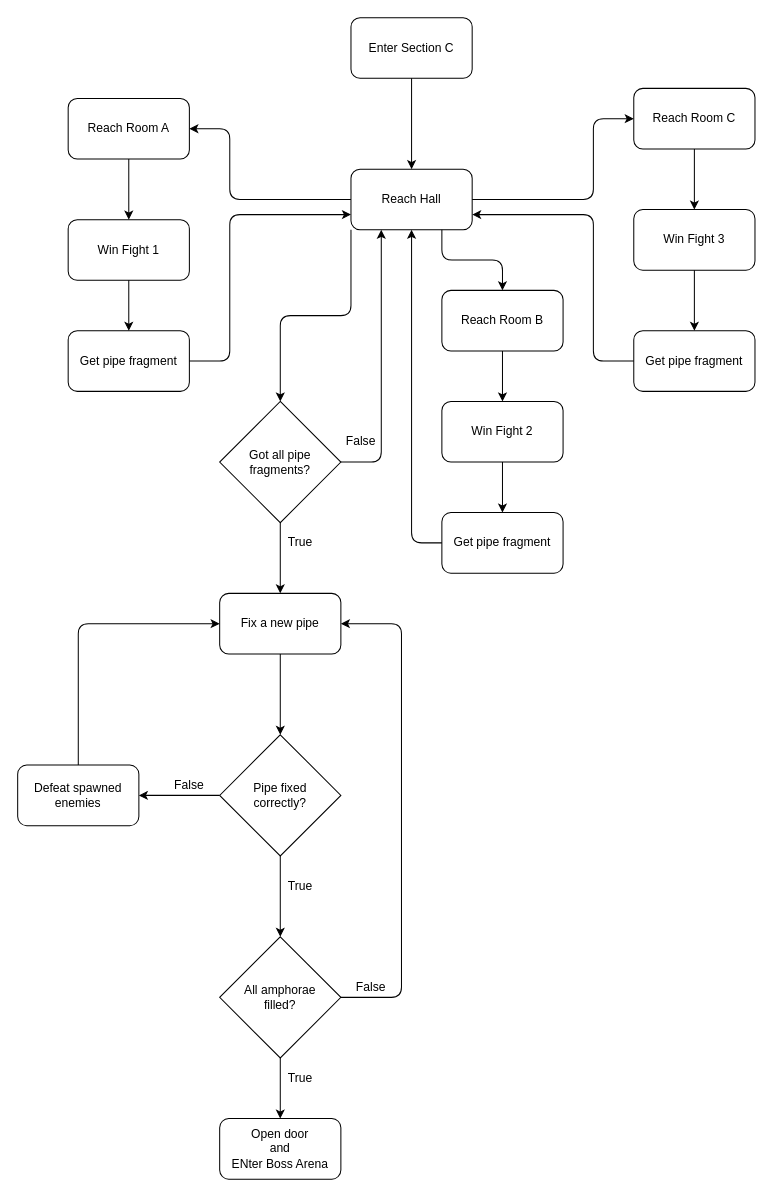
Earlier version of the draw.io diagram Documentation/Diagrams/Section_C-1.drawio (andreacarrarini/HP_The_Dark_Lady_awakens). Source tidied: cells renumbered, new cells numbered last; positions are measured from the earlier drawing's top-left corner, leaving out a move shared by most shapes. Both pictures are drawn from the tidied source at 101%, with x=0, y=0 at pixel (17, 17).
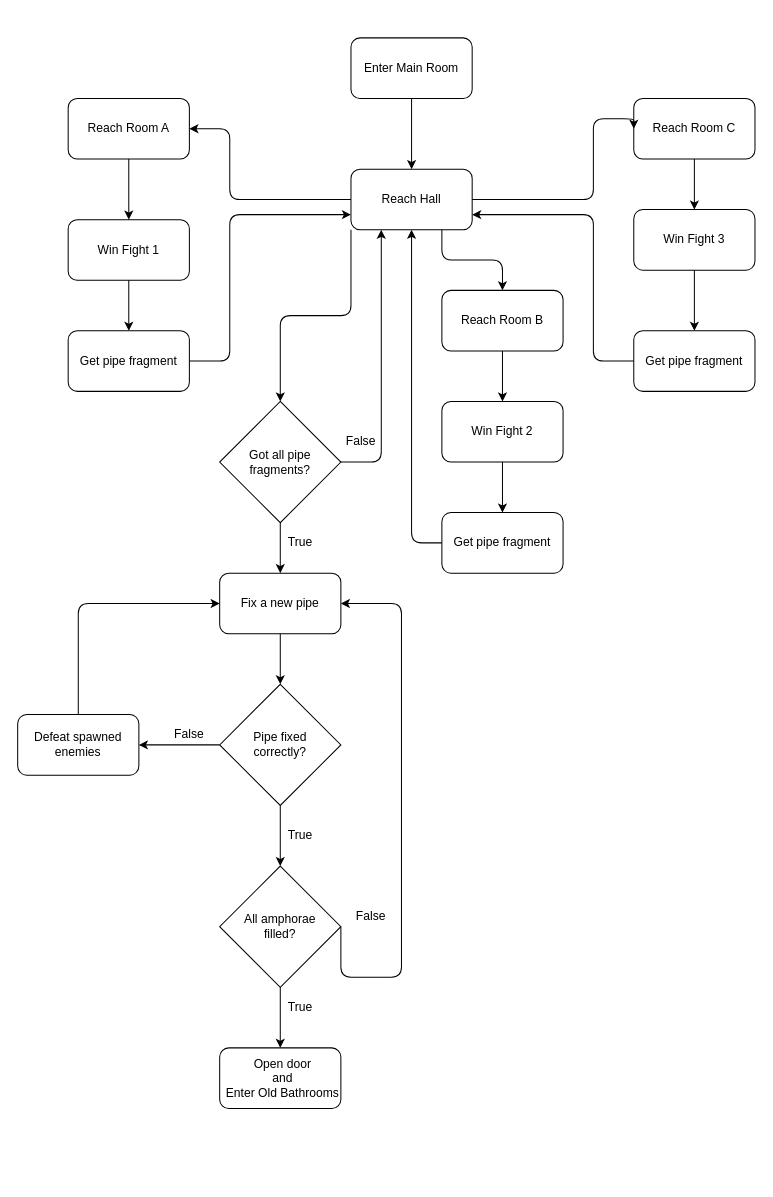
After the change.

The edit, as a diff of the source:
```diff
@@
     <mxCell id="2" style="rounded=1;whiteSpace=wrap;html=1;" parent="1" vertex="1">
-      <mxGeometry x="330" width="120" height="60" as="geometry" />
+      <mxGeometry x="330" y="20" width="120" height="60" as="geometry" />
     </mxCell>
-    <mxCell id="3" value="Enter Section C" style="text;html=1;strokeColor=none;fillColor=none;align=center;verticalAlign=middle;whiteSpace=wrap;rounded=0;" parent="1" vertex="1">
-      <mxGeometry x="335" y="20" width="110" height="20" as="geometry" />
+    <mxCell id="3" value="Enter Main Room" style="text;html=1;strokeColor=none;fillColor=none;align=center;verticalAlign=middle;whiteSpace=wrap;rounded=0;" parent="1" vertex="1">
+      <mxGeometry x="335" y="40" width="110" height="20" as="geometry" />
     </mxCell>
@@
     <mxCell id="6" style="rounded=1;whiteSpace=wrap;html=1;" parent="1" vertex="1">
-      <mxGeometry x="610" y="70" width="120" height="60" as="geometry" />
+      <mxGeometry x="610" y="80" width="120" height="60" as="geometry" />
     </mxCell>
     <mxCell id="7" value="Reach Room C" style="text;html=1;strokeColor=none;fillColor=none;align=center;verticalAlign=middle;whiteSpace=wrap;rounded=0;" parent="1" vertex="1">
-      <mxGeometry x="615" y="90" width="110" height="20" as="geometry" />
+      <mxGeometry x="615" y="100" width="110" height="20" as="geometry" />
     </mxCell>
@@
     <mxCell id="38" style="rounded=1;whiteSpace=wrap;html=1;" parent="1" vertex="1">
-      <mxGeometry x="200" y="570" width="120" height="60" as="geometry" />
+      <mxGeometry x="200" y="550" width="120" height="60" as="geometry" />
     </mxCell>
     <mxCell id="39" value="Fix a new pipe" style="text;html=1;strokeColor=none;fillColor=none;align=center;verticalAlign=middle;whiteSpace=wrap;rounded=0;" parent="1" vertex="1">
-      <mxGeometry x="205" y="590" width="110" height="20" as="geometry" />
+      <mxGeometry x="205" y="570" width="110" height="20" as="geometry" />
     </mxCell>
@@
     <mxCell id="47" style="rhombus;whiteSpace=wrap;html=1;" parent="1" vertex="1">
-      <mxGeometry x="200" y="910" width="120" height="120" as="geometry" />
+      <mxGeometry x="200" y="840" width="120" height="120" as="geometry" />
     </mxCell>
     <mxCell id="48" value="All amphorae&lt;br&gt;filled?" style="text;html=1;strokeColor=none;fillColor=none;align=center;verticalAlign=middle;whiteSpace=wrap;rounded=0;" parent="1" vertex="1">
-      <mxGeometry x="205" y="960" width="110" height="20" as="geometry" />
+      <mxGeometry x="205" y="890" width="110" height="20" as="geometry" />
     </mxCell>
     <mxCell id="49" value="False" style="text;html=1;strokeColor=none;fillColor=none;align=center;verticalAlign=middle;whiteSpace=wrap;rounded=0;" parent="1" vertex="1">
-      <mxGeometry x="330" y="950" width="40" height="20" as="geometry" />
+      <mxGeometry x="330" y="880" width="40" height="20" as="geometry" />
     </mxCell>
     <mxCell id="50" style="endArrow=classic;html=1;exitX=1;exitY=0.5;exitDx=0;exitDy=0;entryX=1;entryY=0.5;entryDx=0;entryDy=0;edgeStyle=orthogonalEdgeStyle;" parent="1" edge="1" source="47" target="38">
       <mxGeometry relative="1" as="geometry">
         <Array as="points">
-          <mxPoint x="380" y="970" />
-          <mxPoint x="380" y="600" />
+          <mxPoint x="380" y="950" />
+          <mxPoint x="380" y="580" />
         </Array>
       </mxGeometry>
     </mxCell>
     <mxCell id="51" style="rounded=1;whiteSpace=wrap;html=1;" parent="1" vertex="1">
-      <mxGeometry x="200" y="1090" width="120" height="60" as="geometry" />
+      <mxGeometry x="200" y="1020" width="120" height="60" as="geometry" />
     </mxCell>
-    <mxCell id="52" value="Open door&lt;br&gt;and&lt;br&gt;ENter Boss Arena" style="text;html=1;strokeColor=none;fillColor=none;align=center;verticalAlign=middle;whiteSpace=wrap;rounded=0;" parent="1" vertex="1">
-      <mxGeometry x="205" y="1110" width="110" height="20" as="geometry" />
+    <mxCell id="52" value="Open door&lt;br&gt;and&lt;br&gt;Enter Old Bathrooms" style="text;html=1;strokeColor=none;fillColor=none;align=center;verticalAlign=middle;whiteSpace=wrap;rounded=0;" parent="1" vertex="1">
+      <mxGeometry x="205" y="1030" width="115" height="40" as="geometry" />
     </mxCell>
@@
     <mxCell id="54" value="True" style="text;html=1;strokeColor=none;fillColor=none;align=center;verticalAlign=middle;whiteSpace=wrap;rounded=0;" parent="1" vertex="1">
-      <mxGeometry x="260" y="1040" width="40" height="20" as="geometry" />
+      <mxGeometry x="260" y="970" width="40" height="20" as="geometry" />
     </mxCell>
@@
     <mxCell id="57" style="rhombus;whiteSpace=wrap;html=1;" parent="1" vertex="1">
-      <mxGeometry x="200" y="710" width="120" height="120" as="geometry" />
+      <mxGeometry x="200" y="660" width="120" height="120" as="geometry" />
     </mxCell>
     <mxCell id="58" value="Pipe fixed correctly?" style="text;html=1;strokeColor=none;fillColor=none;align=center;verticalAlign=middle;whiteSpace=wrap;rounded=0;" parent="1" vertex="1">
-      <mxGeometry x="205" y="760" width="110" height="20" as="geometry" />
+      <mxGeometry x="205" y="710" width="110" height="20" as="geometry" />
     </mxCell>
     <mxCell id="59" value="True" style="text;html=1;strokeColor=none;fillColor=none;align=center;verticalAlign=middle;whiteSpace=wrap;rounded=0;" parent="1" vertex="1">
-      <mxGeometry x="260" y="850" width="40" height="20" as="geometry" />
+      <mxGeometry x="260" y="800" width="40" height="20" as="geometry" />
     </mxCell>
     <mxCell id="60" style="rounded=1;whiteSpace=wrap;html=1;" parent="1" vertex="1">
-      <mxGeometry y="740" width="120" height="60" as="geometry" />
+      <mxGeometry y="690" width="120" height="60" as="geometry" />
     </mxCell>
     <mxCell id="61" value="Defeat spawned enemies" style="text;html=1;strokeColor=none;fillColor=none;align=center;verticalAlign=middle;whiteSpace=wrap;rounded=0;" parent="1" vertex="1">
-      <mxGeometry x="5" y="760" width="110" height="20" as="geometry" />
+      <mxGeometry x="5" y="710" width="110" height="20" as="geometry" />
     </mxCell>
     <mxCell id="62" value="False" style="text;html=1;strokeColor=none;fillColor=none;align=center;verticalAlign=middle;whiteSpace=wrap;rounded=0;" parent="1" vertex="1">
-      <mxGeometry x="150" y="750" width="40" height="20" as="geometry" />
+      <mxGeometry x="150" y="700" width="40" height="20" as="geometry" />
     </mxCell>
     <mxCell id="63" style="endArrow=classic;html=1;strokeColor=#000000;entryX=0;entryY=0.5;entryDx=0;entryDy=0;exitX=0.5;exitY=0;exitDx=0;exitDy=0;edgeStyle=elbowEdgeStyle;" parent="1" edge="1" source="60" target="38">
       <mxGeometry relative="1" as="geometry">
         <Array as="points">
-          <mxPoint x="60" y="670" />
+          <mxPoint x="60" y="650" />
         </Array>
       </mxGeometry>
     </mxCell>
```
